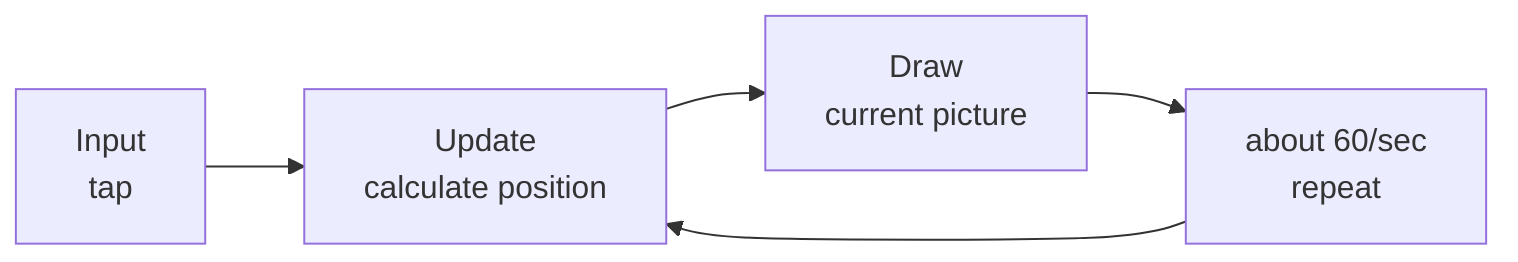
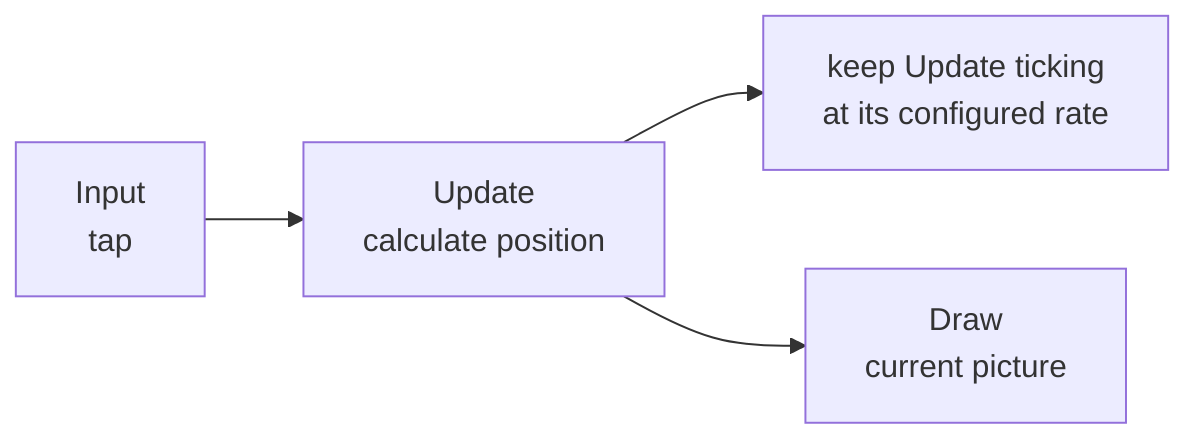
flowchart LR
  input["Input<br/>tap"]
  update["Update<br/>calculate position"]
  draw["Draw<br/>current picture"]
-   repeat["about 60/sec<br/>repeat"]
+   repeat["keep Update ticking<br/>at its configured rate"]
  input --> update
+   update --> repeat
  update --> draw
-   draw --> repeat
-   repeat --> update
